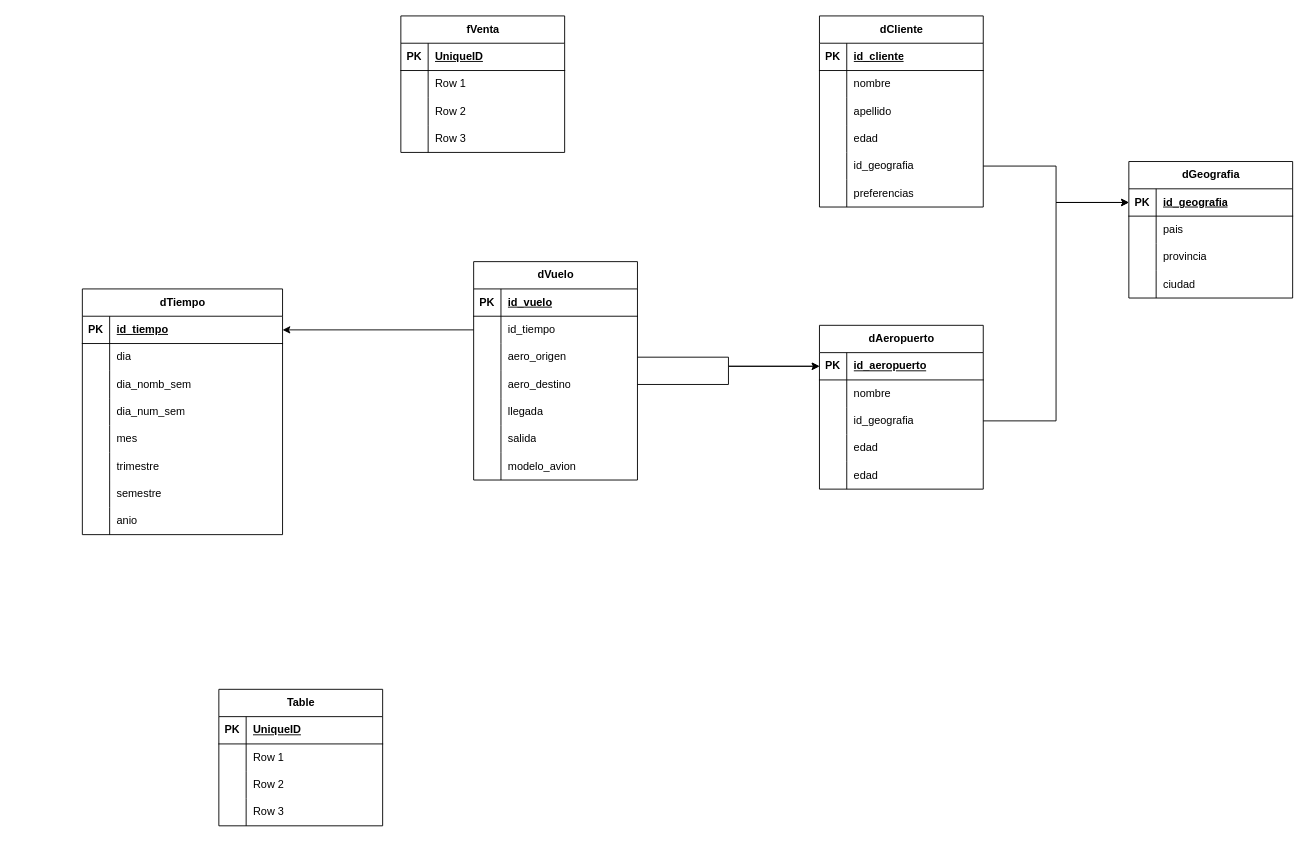
Ftedp/BBDD2-TUIA keeps this draw.io diagram as Practica/Ejercicio_6/Ejercicio_6.drawio. Above is the earlier version. Source tidied: cells renumbered, new cells numbered last; positions are measured from the earlier drawing's top-left corner, leaving out a move shared by most shapes. Both pictures are drawn from the tidied source at 91%, with x=0, y=0 at pixel (82, 15).
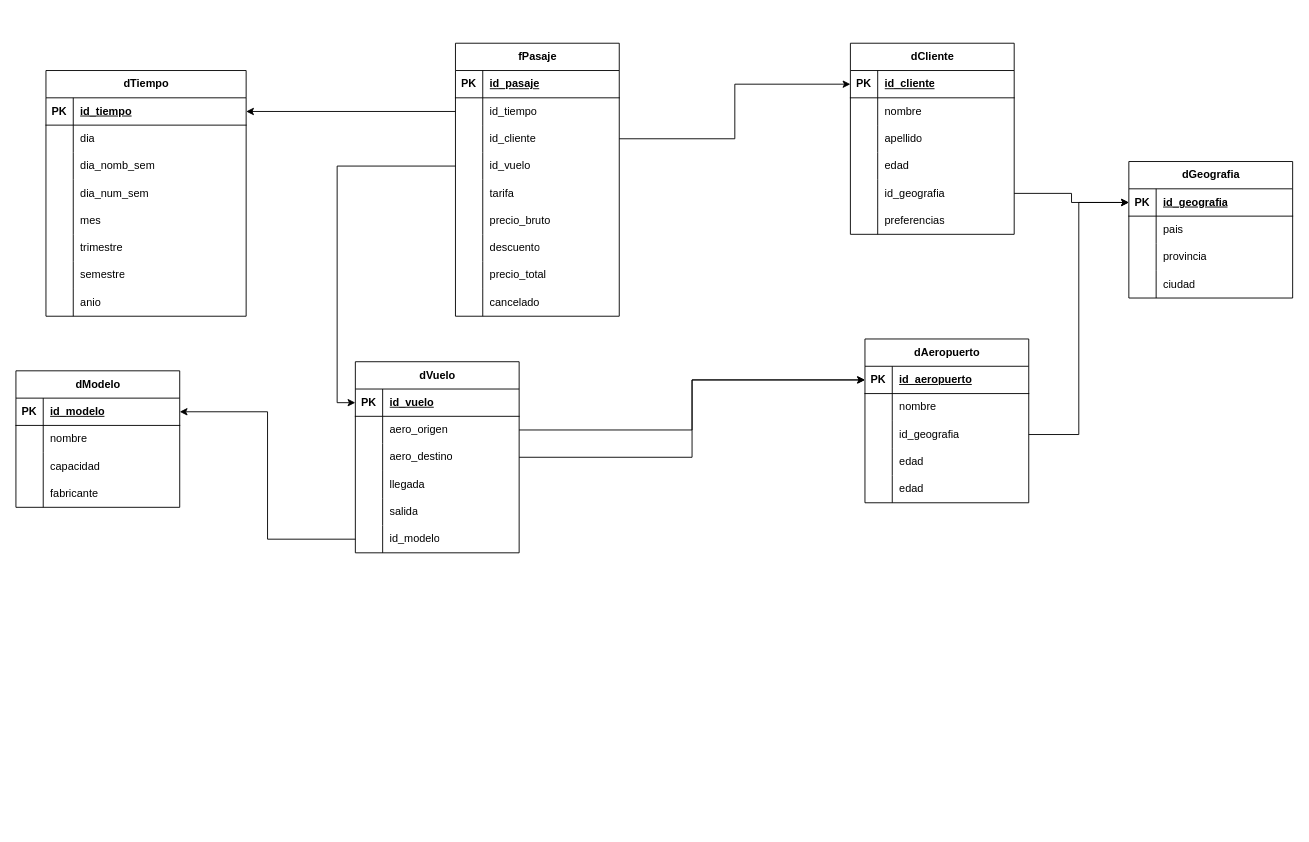
The same page after the edit.

Unchanged cells that the change refers to:
```xml
<mxCell id="3" style="shape=tableRow;horizontal=0;startSize=0;swimlaneHead=0;swimlaneBody=0;fillColor=none;top=0;left=0;right=0;bottom=1;" parent="2" vertex="1">
  <mxGeometry y="30" width="180" height="30" as="geometry" />
</mxCell>
<mxCell id="6" style="shape=tableRow;horizontal=0;startSize=0;swimlaneHead=0;swimlaneBody=0;fillColor=none;points=[[0,0.5],[1,0.5]];portConstraint=eastwest;top=0;left=0;right=0;bottom=0;" parent="2" vertex="1">
  <mxGeometry y="60" width="180" height="30" as="geometry" />
</mxCell>
<mxCell id="9" style="shape=tableRow;horizontal=0;startSize=0;swimlaneHead=0;swimlaneBody=0;fillColor=none;points=[[0,0.5],[1,0.5]];portConstraint=eastwest;top=0;left=0;right=0;bottom=0;" parent="2" vertex="1">
  <mxGeometry y="90" width="180" height="30" as="geometry" />
</mxCell>
<mxCell id="12" style="shape=tableRow;horizontal=0;startSize=0;swimlaneHead=0;swimlaneBody=0;fillColor=none;points=[[0,0.5],[1,0.5]];portConstraint=eastwest;top=0;left=0;right=0;bottom=0;" parent="2" vertex="1">
  <mxGeometry y="120" width="180" height="30" as="geometry" />
</mxCell>
<mxCell id="29" style="shape=tableRow;horizontal=0;startSize=0;swimlaneHead=0;swimlaneBody=0;fillColor=none;points=[[0,0.5],[1,0.5]];portConstraint=eastwest;top=0;left=0;right=0;bottom=1;" parent="28" vertex="1">
  <mxGeometry y="30" width="180" height="30" as="geometry" />
</mxCell>
<mxCell id="61" style="shape=tableRow;horizontal=0;startSize=0;swimlaneHead=0;swimlaneBody=0;fillColor=none;points=[[0,0.5],[1,0.5]];portConstraint=eastwest;top=0;left=0;right=0;bottom=1;" parent="60" vertex="1">
  <mxGeometry y="30" width="220" height="30" as="geometry" />
</mxCell>
<mxCell id="86" style="shape=tableRow;horizontal=0;startSize=0;swimlaneHead=0;swimlaneBody=0;fillColor=none;points=[[0,0.5],[1,0.5]];portConstraint=eastwest;top=0;left=0;right=0;bottom=1;" parent="85" vertex="1">
  <mxGeometry y="30" width="180" height="30" as="geometry" />
</mxCell>
```

Change to the diagram source:
```diff
@@
-    <mxCell id="2" value="fVenta" style="shape=table;startSize=30;childLayout=tableLayout;rowLines=0;fontStyle=1;align=center;html=1;" parent="1" vertex="1">
-      <mxGeometry x="350" width="180" height="150" as="geometry" />
+    <mxCell id="2" value="fPasaje" style="shape=table;startSize=30;childLayout=tableLayout;rowLines=0;fontStyle=1;align=center;html=1;" parent="1" vertex="1">
+      <mxGeometry x="410" y="30" width="180" height="300" as="geometry" />
     </mxCell>
@@
-    <mxCell id="5" value="UniqueID" style="shape=partialRectangle;fillColor=none;top=0;left=0;bottom=0;right=0;align=left;spacingLeft=6;fontStyle=5;overflow=hidden;whiteSpace=wrap;html=1;" parent="3" vertex="1">
+    <mxCell id="5" value="id_pasaje" style="shape=partialRectangle;fillColor=none;top=0;left=0;bottom=0;right=0;align=left;spacingLeft=6;fontStyle=5;overflow=hidden;whiteSpace=wrap;html=1;" parent="3" vertex="1">
       <mxGeometry x="30" width="150" height="30" as="geometry" />
     </mxCell>
@@
-    <mxCell id="8" value="Row 1" style="shape=partialRectangle;fillColor=none;top=0;left=0;bottom=0;right=0;align=left;spacingLeft=6;overflow=hidden;whiteSpace=wrap;html=1;" parent="6" vertex="1">
+    <mxCell id="8" value="id_tiempo" style="shape=partialRectangle;fillColor=none;top=0;left=0;bottom=0;right=0;align=left;spacingLeft=6;overflow=hidden;whiteSpace=wrap;html=1;" parent="6" vertex="1">
       <mxGeometry x="30" width="150" height="30" as="geometry" />
     </mxCell>
@@
-    <mxCell id="11" value="Row 2" style="shape=partialRectangle;fillColor=none;top=0;left=0;bottom=0;right=0;align=left;spacingLeft=6;overflow=hidden;whiteSpace=wrap;html=1;" parent="9" vertex="1">
+    <mxCell id="11" value="id_cliente" style="shape=partialRectangle;fillColor=none;top=0;left=0;bottom=0;right=0;align=left;spacingLeft=6;overflow=hidden;whiteSpace=wrap;html=1;" parent="9" vertex="1">
       <mxGeometry x="30" width="150" height="30" as="geometry" />
     </mxCell>
@@
-    <mxCell id="14" value="Row 3" style="shape=partialRectangle;fillColor=none;top=0;left=0;bottom=0;right=0;align=left;spacingLeft=6;overflow=hidden;whiteSpace=wrap;html=1;" parent="12" vertex="1">
+    <mxCell id="14" value="id_vuelo" style="shape=partialRectangle;fillColor=none;top=0;left=0;bottom=0;right=0;align=left;spacingLeft=6;overflow=hidden;whiteSpace=wrap;html=1;" parent="12" vertex="1">
       <mxGeometry x="30" width="150" height="30" as="geometry" />
     </mxCell>
+    <mxCell id="140" style="shape=tableRow;horizontal=0;startSize=0;swimlaneHead=0;swimlaneBody=0;fillColor=none;top=0;left=0;right=0;bottom=0;" parent="2" vertex="1">
+      <mxGeometry y="150" width="180" height="30" as="geometry" />
+    </mxCell>
+    <mxCell id="141" style="shape=partialRectangle;fillColor=none;top=0;left=0;bottom=0;right=0;overflow=hidden;whiteSpace=wrap;html=1;" parent="140" vertex="1">
+      <mxGeometry width="30" height="30" as="geometry" />
+    </mxCell>
+    <mxCell id="142" value="tarifa" style="shape=partialRectangle;fillColor=none;top=0;left=0;bottom=0;right=0;align=left;spacingLeft=6;overflow=hidden;whiteSpace=wrap;html=1;" parent="140" vertex="1">
+      <mxGeometry x="30" width="150" height="30" as="geometry" />
+    </mxCell>
+    <mxCell id="143" style="shape=tableRow;horizontal=0;startSize=0;swimlaneHead=0;swimlaneBody=0;fillColor=none;top=0;left=0;right=0;bottom=0;" parent="2" vertex="1">
+      <mxGeometry y="180" width="180" height="30" as="geometry" />
+    </mxCell>
+    <mxCell id="144" style="shape=partialRectangle;fillColor=none;top=0;left=0;bottom=0;right=0;overflow=hidden;whiteSpace=wrap;html=1;" parent="143" vertex="1">
+      <mxGeometry width="30" height="30" as="geometry" />
+    </mxCell>
+    <mxCell id="145" value="precio_bruto" style="shape=partialRectangle;fillColor=none;top=0;left=0;bottom=0;right=0;align=left;spacingLeft=6;overflow=hidden;whiteSpace=wrap;html=1;" parent="143" vertex="1">
+      <mxGeometry x="30" width="150" height="30" as="geometry" />
+    </mxCell>
+    <mxCell id="146" style="shape=tableRow;horizontal=0;startSize=0;swimlaneHead=0;swimlaneBody=0;fillColor=none;top=0;left=0;right=0;bottom=0;" parent="2" vertex="1">
+      <mxGeometry y="210" width="180" height="30" as="geometry" />
+    </mxCell>
+    <mxCell id="147" value="&lt;span style=&quot;white-space: pre;&quot;&gt;&#9;&lt;/span&gt;" style="shape=partialRectangle;fillColor=none;top=0;left=0;bottom=0;right=0;overflow=hidden;whiteSpace=wrap;html=1;" parent="146" vertex="1">
+      <mxGeometry width="30" height="30" as="geometry" />
+    </mxCell>
+    <mxCell id="148" value="descuento" style="shape=partialRectangle;fillColor=none;top=0;left=0;bottom=0;right=0;align=left;spacingLeft=6;overflow=hidden;whiteSpace=wrap;html=1;" parent="146" vertex="1">
+      <mxGeometry x="30" width="150" height="30" as="geometry" />
+    </mxCell>
+    <mxCell id="149" style="shape=tableRow;horizontal=0;startSize=0;swimlaneHead=0;swimlaneBody=0;fillColor=none;top=0;left=0;right=0;bottom=0;" parent="2" vertex="1">
+      <mxGeometry y="240" width="180" height="30" as="geometry" />
+    </mxCell>
+    <mxCell id="150" value="&lt;span style=&quot;white-space: pre;&quot;&gt;&#9;&lt;/span&gt;" style="shape=partialRectangle;fillColor=none;top=0;left=0;bottom=0;right=0;overflow=hidden;whiteSpace=wrap;html=1;" parent="149" vertex="1">
+      <mxGeometry width="30" height="30" as="geometry" />
+    </mxCell>
+    <mxCell id="151" value="precio_total" style="shape=partialRectangle;fillColor=none;top=0;left=0;bottom=0;right=0;align=left;spacingLeft=6;overflow=hidden;whiteSpace=wrap;html=1;" parent="149" vertex="1">
+      <mxGeometry x="30" width="150" height="30" as="geometry" />
+    </mxCell>
+    <mxCell id="152" style="shape=tableRow;horizontal=0;startSize=0;swimlaneHead=0;swimlaneBody=0;fillColor=none;top=0;left=0;right=0;bottom=0;" parent="2" vertex="1">
+      <mxGeometry y="270" width="180" height="30" as="geometry" />
+    </mxCell>
+    <mxCell id="153" value="&lt;span style=&quot;white-space: pre;&quot;&gt;&#9;&lt;/span&gt;" style="shape=partialRectangle;fillColor=none;top=0;left=0;bottom=0;right=0;overflow=hidden;whiteSpace=wrap;html=1;" parent="152" vertex="1">
+      <mxGeometry width="30" height="30" as="geometry" />
+    </mxCell>
+    <mxCell id="154" value="cancelado" style="shape=partialRectangle;fillColor=none;top=0;left=0;bottom=0;right=0;align=left;spacingLeft=6;overflow=hidden;whiteSpace=wrap;html=1;" parent="152" vertex="1">
+      <mxGeometry x="30" width="150" height="30" as="geometry" />
+    </mxCell>
@@
     <mxCell id="28" value="dCliente" style="shape=table;startSize=30;childLayout=tableLayout;rowLines=0;fontStyle=1;align=center;html=1;" parent="1" vertex="1">
-      <mxGeometry x="810" width="180" height="210" as="geometry" />
+      <mxGeometry x="844" y="30" width="180" height="210" as="geometry" />
     </mxCell>
@@
-    <mxCell id="47" value="Table" style="shape=table;startSize=30;childLayout=tableLayout;rowLines=0;fontStyle=1;align=center;html=1;" parent="1" vertex="1">
-      <mxGeometry x="150" y="740" width="180" height="150" as="geometry" />
-    </mxCell>
-    <mxCell id="48" style="shape=tableRow;horizontal=0;startSize=0;swimlaneHead=0;swimlaneBody=0;fillColor=none;points=[[0,0.5],[1,0.5]];portConstraint=eastwest;top=0;left=0;right=0;bottom=1;" parent="47" vertex="1">
-      <mxGeometry y="30" width="180" height="30" as="geometry" />
-    </mxCell>
-    <mxCell id="49" value="PK" style="shape=partialRectangle;fillColor=none;top=0;left=0;bottom=0;right=0;fontStyle=1;overflow=hidden;whiteSpace=wrap;html=1;" parent="48" vertex="1">
-      <mxGeometry width="30" height="30" as="geometry" />
-    </mxCell>
-    <mxCell id="50" value="UniqueID" style="shape=partialRectangle;fillColor=none;top=0;left=0;bottom=0;right=0;align=left;spacingLeft=6;fontStyle=5;overflow=hidden;whiteSpace=wrap;html=1;" parent="48" vertex="1">
-      <mxGeometry x="30" width="150" height="30" as="geometry" />
-    </mxCell>
-    <mxCell id="51" style="shape=tableRow;horizontal=0;startSize=0;swimlaneHead=0;swimlaneBody=0;fillColor=none;top=0;left=0;right=0;bottom=0;" parent="47" vertex="1">
-      <mxGeometry y="60" width="180" height="30" as="geometry" />
-    </mxCell>
-    <mxCell id="52" style="shape=partialRectangle;fillColor=none;top=0;left=0;bottom=0;right=0;overflow=hidden;whiteSpace=wrap;html=1;" parent="51" vertex="1">
-      <mxGeometry width="30" height="30" as="geometry" />
-    </mxCell>
-    <mxCell id="53" value="Row 1" style="shape=partialRectangle;fillColor=none;top=0;left=0;bottom=0;right=0;align=left;spacingLeft=6;overflow=hidden;whiteSpace=wrap;html=1;" parent="51" vertex="1">
-      <mxGeometry x="30" width="150" height="30" as="geometry" />
-    </mxCell>
-    <mxCell id="54" style="shape=tableRow;horizontal=0;startSize=0;swimlaneHead=0;swimlaneBody=0;fillColor=none;top=0;left=0;right=0;bottom=0;" parent="47" vertex="1">
-      <mxGeometry y="90" width="180" height="30" as="geometry" />
-    </mxCell>
-    <mxCell id="55" style="shape=partialRectangle;fillColor=none;top=0;left=0;bottom=0;right=0;overflow=hidden;whiteSpace=wrap;html=1;" parent="54" vertex="1">
-      <mxGeometry width="30" height="30" as="geometry" />
-    </mxCell>
-    <mxCell id="56" value="Row 2" style="shape=partialRectangle;fillColor=none;top=0;left=0;bottom=0;right=0;align=left;spacingLeft=6;overflow=hidden;whiteSpace=wrap;html=1;" parent="54" vertex="1">
-      <mxGeometry x="30" width="150" height="30" as="geometry" />
-    </mxCell>
-    <mxCell id="57" style="shape=tableRow;horizontal=0;startSize=0;swimlaneHead=0;swimlaneBody=0;fillColor=none;top=0;left=0;right=0;bottom=0;" parent="47" vertex="1">
-      <mxGeometry y="120" width="180" height="30" as="geometry" />
-    </mxCell>
-    <mxCell id="58" style="shape=partialRectangle;fillColor=none;top=0;left=0;bottom=0;right=0;overflow=hidden;whiteSpace=wrap;html=1;" parent="57" vertex="1">
-      <mxGeometry width="30" height="30" as="geometry" />
-    </mxCell>
-    <mxCell id="59" value="Row 3" style="shape=partialRectangle;fillColor=none;top=0;left=0;bottom=0;right=0;align=left;spacingLeft=6;overflow=hidden;whiteSpace=wrap;html=1;" parent="57" vertex="1">
-      <mxGeometry x="30" width="150" height="30" as="geometry" />
-    </mxCell>
     <mxCell id="60" value="dTiempo" style="shape=table;startSize=30;childLayout=tableLayout;rowLines=0;fontStyle=1;align=center;html=1;" parent="1" vertex="1">
-      <mxGeometry y="300" width="220" height="270" as="geometry" />
+      <mxGeometry x="-40" y="60" width="220" height="270" as="geometry" />
     </mxCell>
@@
     <mxCell id="85" value="dVuelo" style="shape=table;startSize=30;childLayout=tableLayout;rowLines=0;fontStyle=1;align=center;html=1;" parent="1" vertex="1">
-      <mxGeometry x="430" y="270" width="180" height="240" as="geometry" />
+      <mxGeometry x="300" y="380" width="180" height="210" as="geometry" />
     </mxCell>
@@
-    <mxCell id="89" style="shape=tableRow;horizontal=0;startSize=0;swimlaneHead=0;swimlaneBody=0;fillColor=none;points=[[0,0.5],[1,0.5]];portConstraint=eastwest;top=0;left=0;right=0;bottom=0;" parent="85" vertex="1">
-      <mxGeometry y="60" width="180" height="30" as="geometry" />
-    </mxCell>
-    <mxCell id="90" style="shape=partialRectangle;fillColor=none;top=0;left=0;bottom=0;right=0;overflow=hidden;whiteSpace=wrap;html=1;" parent="89" vertex="1">
-      <mxGeometry width="30" height="30" as="geometry" />
-    </mxCell>
-    <mxCell id="91" value="id_tiempo" style="shape=partialRectangle;fillColor=none;top=0;left=0;bottom=0;right=0;align=left;spacingLeft=6;overflow=hidden;whiteSpace=wrap;html=1;" parent="89" vertex="1">
-      <mxGeometry x="30" width="150" height="30" as="geometry" />
-    </mxCell>
     <mxCell id="92" style="shape=tableRow;horizontal=0;startSize=0;swimlaneHead=0;swimlaneBody=0;fillColor=none;points=[[0,0.5],[1,0.5]];portConstraint=eastwest;top=0;left=0;right=0;bottom=0;" parent="85" vertex="1">
-      <mxGeometry y="90" width="180" height="30" as="geometry" />
+      <mxGeometry y="60" width="180" height="30" as="geometry" />
     </mxCell>
@@
     <mxCell id="95" style="shape=tableRow;horizontal=0;startSize=0;swimlaneHead=0;swimlaneBody=0;fillColor=none;points=[[0,0.5],[1,0.5]];portConstraint=eastwest;top=0;left=0;right=0;bottom=0;" parent="85" vertex="1">
-      <mxGeometry y="120" width="180" height="30" as="geometry" />
+      <mxGeometry y="90" width="180" height="30" as="geometry" />
     </mxCell>
@@
     <mxCell id="98" style="shape=tableRow;horizontal=0;startSize=0;swimlaneHead=0;swimlaneBody=0;fillColor=none;top=0;left=0;right=0;bottom=0;" parent="85" vertex="1">
-      <mxGeometry y="150" width="180" height="30" as="geometry" />
+      <mxGeometry y="120" width="180" height="30" as="geometry" />
     </mxCell>
@@
     <mxCell id="101" style="shape=tableRow;horizontal=0;startSize=0;swimlaneHead=0;swimlaneBody=0;fillColor=none;top=0;left=0;right=0;bottom=0;" parent="85" vertex="1">
-      <mxGeometry y="180" width="180" height="30" as="geometry" />
+      <mxGeometry y="150" width="180" height="30" as="geometry" />
     </mxCell>
@@
     <mxCell id="104" style="shape=tableRow;horizontal=0;startSize=0;swimlaneHead=0;swimlaneBody=0;fillColor=none;points=[[0,0.5],[1,0.5]];portConstraint=eastwest;top=0;left=0;right=0;bottom=0;" parent="85" vertex="1">
-      <mxGeometry y="210" width="180" height="30" as="geometry" />
+      <mxGeometry y="180" width="180" height="30" as="geometry" />
     </mxCell>
@@
-    <mxCell id="106" value="modelo_avion" style="shape=partialRectangle;fillColor=none;top=0;left=0;bottom=0;right=0;align=left;spacingLeft=6;overflow=hidden;whiteSpace=wrap;html=1;" parent="104" vertex="1">
+    <mxCell id="106" value="id_modelo" style="shape=partialRectangle;fillColor=none;top=0;left=0;bottom=0;right=0;align=left;spacingLeft=6;overflow=hidden;whiteSpace=wrap;html=1;" parent="104" vertex="1">
       <mxGeometry x="30" width="150" height="30" as="geometry" />
     </mxCell>
@@
     <mxCell id="119" value="dAeropuerto" style="shape=table;startSize=30;childLayout=tableLayout;rowLines=0;fontStyle=1;align=center;html=1;" parent="1" vertex="1">
-      <mxGeometry x="810" y="340" width="180" height="180" as="geometry" />
+      <mxGeometry x="860" y="355" width="180" height="180" as="geometry" />
     </mxCell>
@@
-    <mxCell id="137" style="edgeStyle=orthogonalEdgeStyle;rounded=0;jettySize=auto;html=1;exitX=0;exitY=0.5;exitDx=0;exitDy=0;entryX=1;entryY=0.5;entryDx=0;entryDy=0;" parent="1" edge="1" source="89" target="61">
-      <mxGeometry relative="1" as="geometry" />
-    </mxCell>
@@
+    <mxCell id="155" style="edgeStyle=orthogonalEdgeStyle;rounded=0;jettySize=auto;html=1;entryX=1;entryY=0.5;entryDx=0;entryDy=0;" parent="1" edge="1" source="6" target="61">
+      <mxGeometry relative="1" as="geometry" />
+    </mxCell>
+    <mxCell id="156" style="edgeStyle=orthogonalEdgeStyle;rounded=0;jettySize=auto;html=1;entryX=0;entryY=0.5;entryDx=0;entryDy=0;" parent="1" edge="1" source="9" target="29">
+      <mxGeometry relative="1" as="geometry" />
+    </mxCell>
+    <mxCell id="157" style="edgeStyle=orthogonalEdgeStyle;rounded=0;jettySize=auto;html=1;entryX=0;entryY=0.5;entryDx=0;entryDy=0;" parent="1" edge="1" source="12" target="86">
+      <mxGeometry relative="1" as="geometry" />
+    </mxCell>
+    <mxCell id="158" value="dModelo" style="shape=table;startSize=30;childLayout=tableLayout;rowLines=0;fontStyle=1;align=center;html=1;" parent="1" vertex="1">
+      <mxGeometry x="-73" y="390" width="180" height="150" as="geometry" />
+    </mxCell>
+    <mxCell id="48" style="shape=tableRow;horizontal=0;startSize=0;swimlaneHead=0;swimlaneBody=0;fillColor=none;points=[[0,0.5],[1,0.5]];portConstraint=eastwest;top=0;left=0;right=0;bottom=1;" parent="158" vertex="1">
+      <mxGeometry y="30" width="180" height="30" as="geometry" />
+    </mxCell>
+    <mxCell id="49" value="PK" style="shape=partialRectangle;fillColor=none;top=0;left=0;bottom=0;right=0;fontStyle=1;overflow=hidden;whiteSpace=wrap;html=1;" parent="48" vertex="1">
+      <mxGeometry width="30" height="30" as="geometry" />
+    </mxCell>
+    <mxCell id="159" value="id_modelo" style="shape=partialRectangle;fillColor=none;top=0;left=0;bottom=0;right=0;align=left;spacingLeft=6;fontStyle=5;overflow=hidden;whiteSpace=wrap;html=1;" parent="48" vertex="1">
+      <mxGeometry x="30" width="150" height="30" as="geometry" />
+    </mxCell>
+    <mxCell id="160" style="shape=tableRow;horizontal=0;startSize=0;swimlaneHead=0;swimlaneBody=0;fillColor=none;top=0;left=0;right=0;bottom=0;" parent="158" vertex="1">
+      <mxGeometry y="60" width="180" height="30" as="geometry" />
+    </mxCell>
+    <mxCell id="161" style="shape=partialRectangle;fillColor=none;top=0;left=0;bottom=0;right=0;overflow=hidden;whiteSpace=wrap;html=1;" parent="160" vertex="1">
+      <mxGeometry width="30" height="30" as="geometry" />
+    </mxCell>
+    <mxCell id="162" value="nombre" style="shape=partialRectangle;fillColor=none;top=0;left=0;bottom=0;right=0;align=left;spacingLeft=6;overflow=hidden;whiteSpace=wrap;html=1;" parent="160" vertex="1">
+      <mxGeometry x="30" width="150" height="30" as="geometry" />
+    </mxCell>
+    <mxCell id="54" style="shape=tableRow;horizontal=0;startSize=0;swimlaneHead=0;swimlaneBody=0;fillColor=none;top=0;left=0;right=0;bottom=0;" parent="158" vertex="1">
+      <mxGeometry y="90" width="180" height="30" as="geometry" />
+    </mxCell>
+    <mxCell id="163" style="shape=partialRectangle;fillColor=none;top=0;left=0;bottom=0;right=0;overflow=hidden;whiteSpace=wrap;html=1;" parent="54" vertex="1">
+      <mxGeometry width="30" height="30" as="geometry" />
+    </mxCell>
+    <mxCell id="164" value="capacidad" style="shape=partialRectangle;fillColor=none;top=0;left=0;bottom=0;right=0;align=left;spacingLeft=6;overflow=hidden;whiteSpace=wrap;html=1;" parent="54" vertex="1">
+      <mxGeometry x="30" width="150" height="30" as="geometry" />
+    </mxCell>
+    <mxCell id="57" style="shape=tableRow;horizontal=0;startSize=0;swimlaneHead=0;swimlaneBody=0;fillColor=none;top=0;left=0;right=0;bottom=0;" parent="158" vertex="1">
+      <mxGeometry y="120" width="180" height="30" as="geometry" />
+    </mxCell>
+    <mxCell id="165" style="shape=partialRectangle;fillColor=none;top=0;left=0;bottom=0;right=0;overflow=hidden;whiteSpace=wrap;html=1;" parent="57" vertex="1">
+      <mxGeometry width="30" height="30" as="geometry" />
+    </mxCell>
+    <mxCell id="166" value="fabricante" style="shape=partialRectangle;fillColor=none;top=0;left=0;bottom=0;right=0;align=left;spacingLeft=6;overflow=hidden;whiteSpace=wrap;html=1;" parent="57" vertex="1">
+      <mxGeometry x="30" width="150" height="30" as="geometry" />
+    </mxCell>
+    <mxCell id="167" style="edgeStyle=orthogonalEdgeStyle;rounded=0;jettySize=auto;html=1;exitX=0;exitY=0.5;exitDx=0;exitDy=0;" parent="1" edge="1" source="104" target="48">
+      <mxGeometry relative="1" as="geometry" />
+    </mxCell>
```
